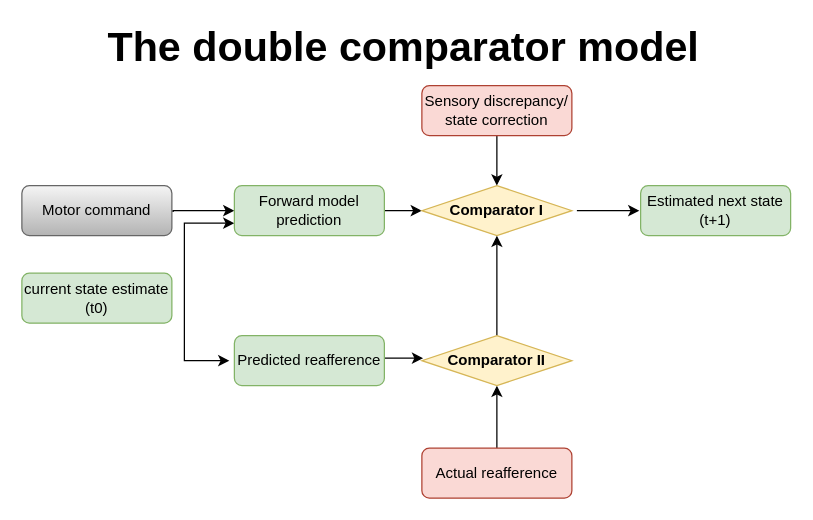
The draw.io diagram Double_Comparator.drawio in nalgi/Draw.io, before the edit. Source tidied: cells renumbered, new cells numbered last; positions are measured from the earlier drawing's top-left corner, leaving out a move shared by most shapes. Both pictures are drawn from the tidied source at 125%, with x=0, y=0 at pixel (21, 28).
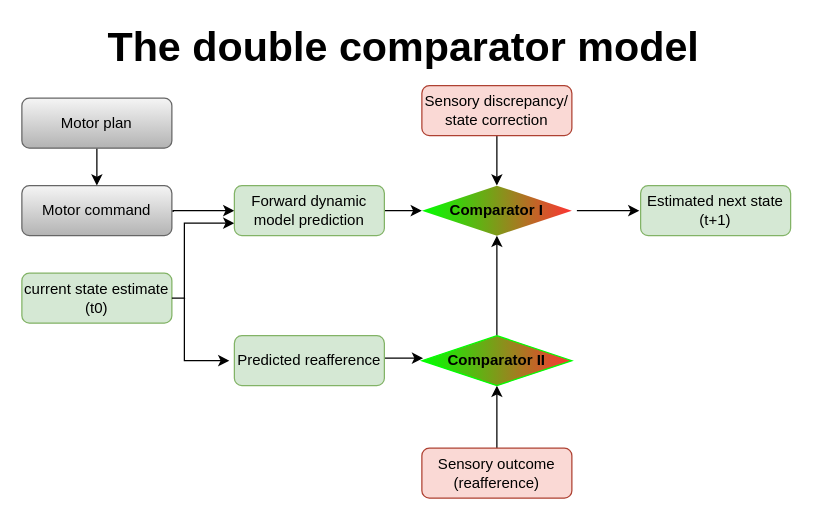
The same diagram, later.

Unchanged cells that the change refers to:
```xml
<mxCell id="2" value="Motor command" style="rounded=1;whiteSpace=wrap;html=1;fontSize=12;glass=0;strokeWidth=1;shadow=0;gradientColor=#b3b3b3;fillColor=#f5f5f5;strokeColor=#666666;" parent="1" vertex="1">
  <mxGeometry y="126" width="120" height="40" as="geometry" />
</mxCell>
<mxCell id="13" value="current state estimate (t0)" style="rounded=1;whiteSpace=wrap;html=1;fontSize=12;glass=0;strokeWidth=1;shadow=0;fillColor=#d5e8d4;strokeColor=#82b366;" parent="1" vertex="1">
  <mxGeometry y="196" width="120" height="40" as="geometry" />
</mxCell>
```

Change to the diagram source:
```diff
@@
-    <mxCell id="4" value="&lt;b&gt;Comparator I&lt;/b&gt;" style="rhombus;whiteSpace=wrap;html=1;fontSize=12;glass=0;strokeWidth=1;shadow=0;fillColor=#fff2cc;strokeColor=#d6b656;" parent="1" vertex="1">
+    <mxCell id="4" value="&lt;b&gt;Comparator I&lt;/b&gt;" style="rhombus;whiteSpace=wrap;html=1;fontSize=12;glass=0;strokeWidth=1;shadow=0;gradientDirection=west;fillColor=#FF3333;gradientColor=#00FF00;strokeColor=none;" parent="1" vertex="1">
       <mxGeometry x="320" y="126" width="120" height="40" as="geometry" />
     </mxCell>
@@
-    <mxCell id="6" value="Actual reafference" style="rounded=1;whiteSpace=wrap;html=1;fontSize=12;glass=0;strokeWidth=1;shadow=0;fillColor=#fad9d5;strokeColor=#ae4132;" parent="1" vertex="1">
+    <mxCell id="6" value="Sensory outcome (reafference)" style="rounded=1;whiteSpace=wrap;html=1;fontSize=12;glass=0;strokeWidth=1;shadow=0;fillColor=#fad9d5;strokeColor=#ae4132;" parent="1" vertex="1">
       <mxGeometry x="320" y="336" width="120" height="40" as="geometry" />
     </mxCell>
@@
-    <mxCell id="8" value="&lt;b&gt;Comparator II&lt;/b&gt;" style="rhombus;whiteSpace=wrap;html=1;fontSize=12;glass=0;strokeWidth=1;shadow=0;fillColor=#fff2cc;strokeColor=#d6b656;" parent="1" vertex="1">
+    <mxCell id="8" value="&lt;b&gt;Comparator II&lt;/b&gt;" style="rhombus;whiteSpace=wrap;html=1;fontSize=12;glass=0;strokeWidth=1;shadow=0;gradientDirection=west;gradientColor=#00FF00;fillColor=#FF3333;strokeColor=#00FF00;" parent="1" vertex="1">
       <mxGeometry x="320" y="246" width="120" height="40" as="geometry" />
     </mxCell>
@@
-    <mxCell id="17" value="Forward model prediction" style="rounded=1;whiteSpace=wrap;html=1;fontSize=12;glass=0;strokeWidth=1;shadow=0;fillColor=#d5e8d4;strokeColor=#82b366;" parent="1" vertex="1">
+    <mxCell id="17" value="Forward dynamic model prediction" style="rounded=1;whiteSpace=wrap;html=1;fontSize=12;glass=0;strokeWidth=1;shadow=0;fillColor=#d5e8d4;strokeColor=#82b366;" parent="1" vertex="1">
       <mxGeometry x="170" y="126" width="120" height="40" as="geometry" />
     </mxCell>
@@
+    <mxCell id="20" style="edgeStyle=orthogonalEdgeStyle;rounded=0;jettySize=auto;html=1;startArrow=none;startFill=0;endArrow=classic;endFill=1;" parent="1" edge="1" source="21" target="2">
+      <mxGeometry relative="1" as="geometry" />
+    </mxCell>
+    <mxCell id="21" value="Motor plan" style="rounded=1;whiteSpace=wrap;html=1;fontSize=12;glass=0;strokeWidth=1;shadow=0;strokeColor=#666666;fillColor=#f5f5f5;gradientColor=#b3b3b3;" parent="1" vertex="1">
+      <mxGeometry y="56" width="120" height="40" as="geometry" />
+    </mxCell>
+    <mxCell id="22" style="endArrow=none;html=1;entryX=1;entryY=0.5;entryDx=0;entryDy=0;" parent="1" edge="1" target="13">
+      <mxGeometry relative="1" as="geometry">
+        <mxPoint x="123" y="216" as="sourcePoint" />
+        <Array as="points">
+          <mxPoint x="133" y="216" />
+        </Array>
+      </mxGeometry>
+    </mxCell>
```
